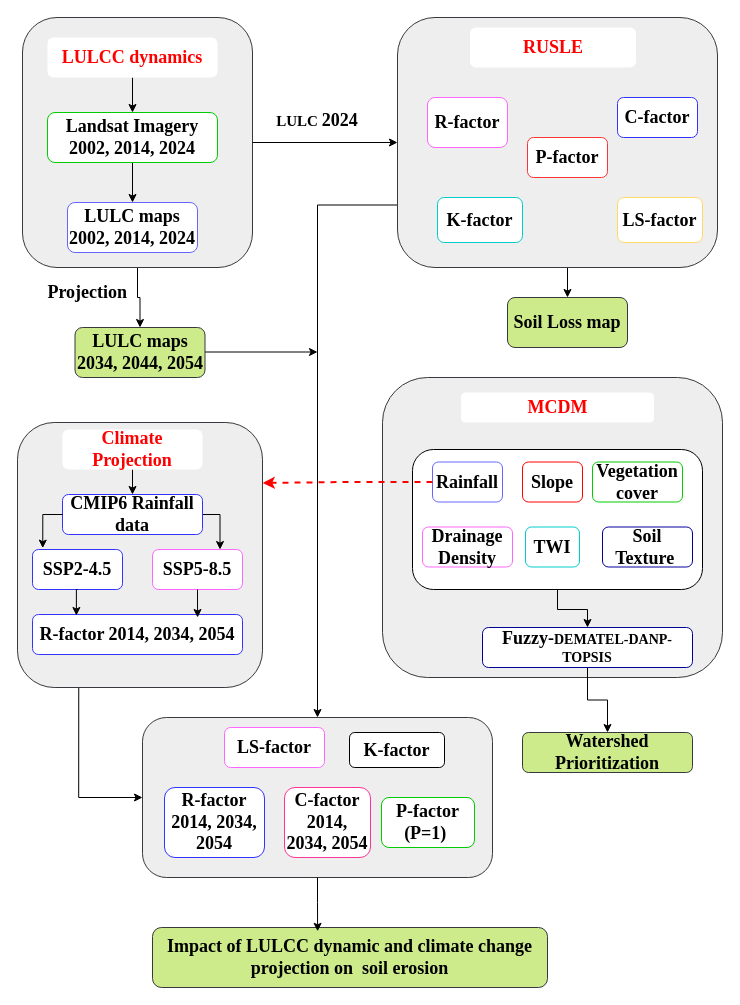
This is overallconceptualframework.drawio from yemioke/PRISMA2020, a draw.io file, before an edit. Source tidied: cells renumbered, new cells numbered last; positions are measured from the earlier drawing's top-left corner, leaving out a move shared by most shapes. Both pictures are drawn from the tidied source at 100%, with x=0, y=0 at pixel (17, 17).
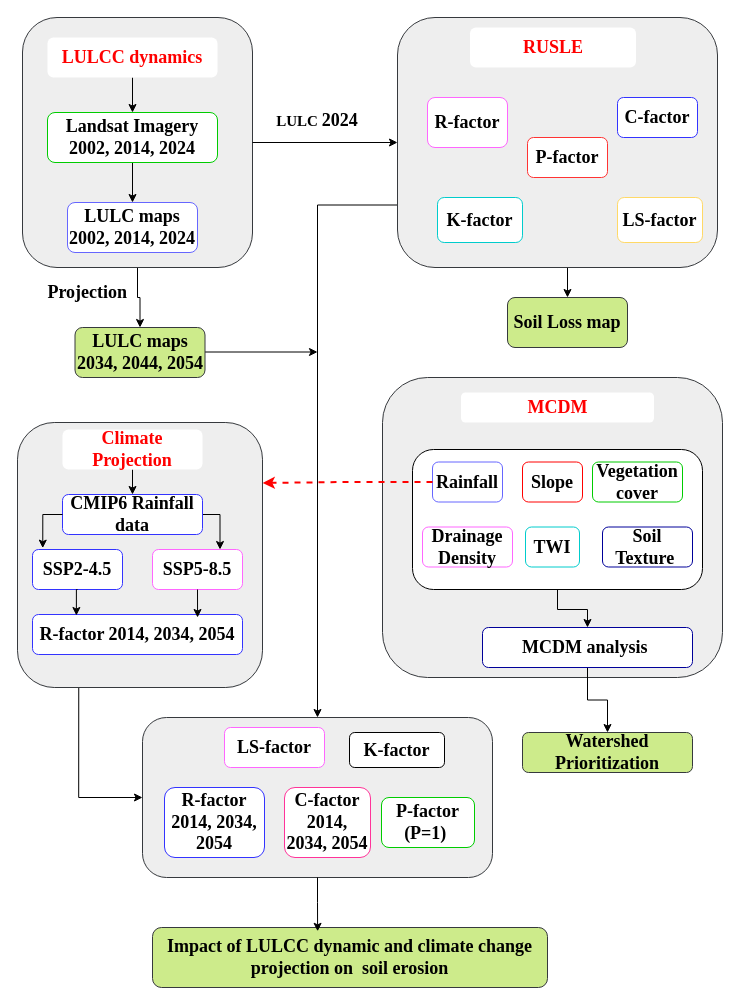
After the change.

What changed in the source:
```diff
@@
-    <mxCell id="34" value="&lt;b&gt;&lt;font style=&quot;font-size: 18px;&quot; face=&quot;Garamond&quot;&gt;Fuzzy-&lt;/font&gt;&lt;font style=&quot;font-size: 14px;&quot; face=&quot;Garamond&quot;&gt;DEMATEL-DANP-TOPSIS&lt;/font&gt;&lt;/b&gt;" style="rounded=1;whiteSpace=wrap;html=1;strokeColor=#000099;" parent="1" vertex="1">
+    <mxCell id="34" value="&lt;font face=&quot;Garamond&quot;&gt;&lt;span style=&quot;font-size: 18px;&quot;&gt;&lt;b&gt;MCDM analysis&amp;nbsp;&lt;/b&gt;&lt;/span&gt;&lt;/font&gt;" style="rounded=1;whiteSpace=wrap;html=1;strokeColor=#000099;" parent="1" vertex="1">
       <mxGeometry x="465" y="610" width="210" height="40" as="geometry" />
     </mxCell>
```
